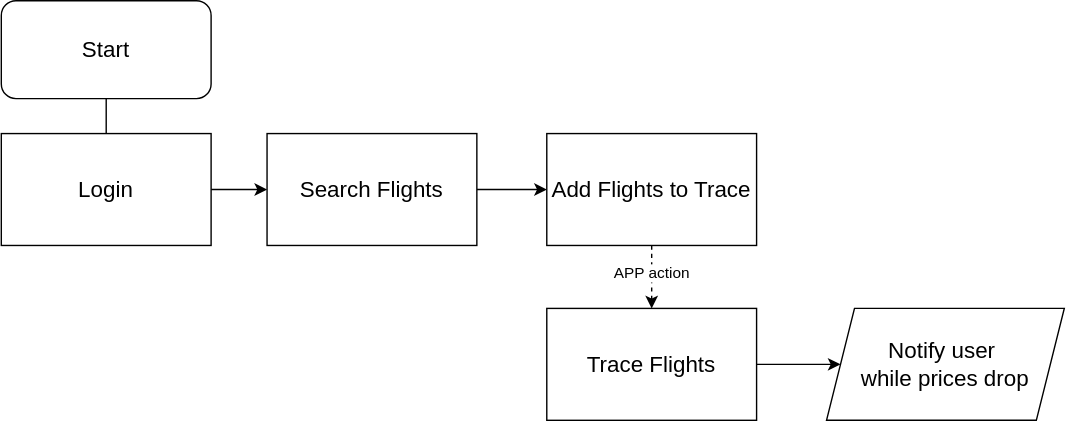
The draw.io diagram diagram/Basic user flow.svg in CY-Marowak/FlightTicketProject, before a commit. Source tidied: cells renumbered, new cells last; positions are measured from the earlier drawing's top-left corner, leaving out a move shared by most shapes.
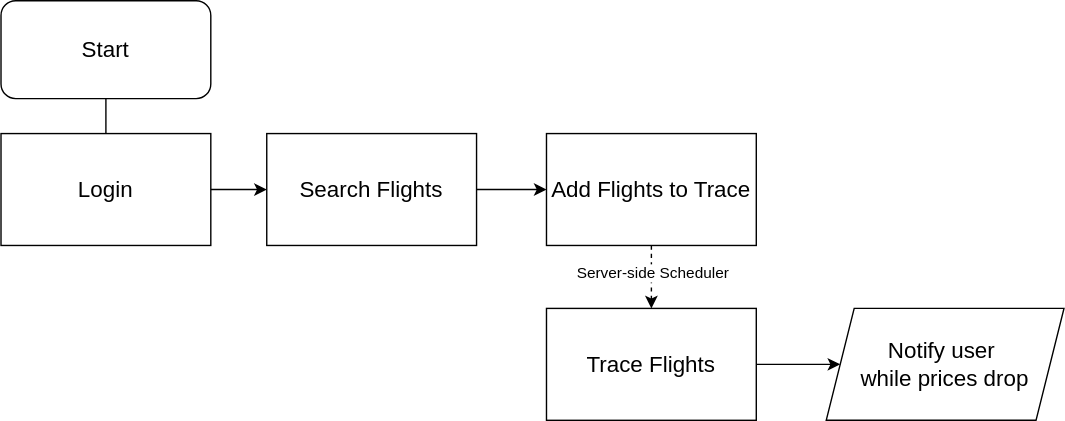
After the change.

Commit message:
update diagram BUF

Change to the diagram source:
```diff
@@ -23,7 +23,7 @@
     <mxCell id="8" style="edgeStyle=orthogonalEdgeStyle;rounded=0;jettySize=auto;html=1;exitX=0.5;exitY=1;exitDx=0;exitDy=0;entryX=0.5;entryY=0;entryDx=0;entryDy=0;dashed=1;" parent="1" edge="1" source="10" target="12">
       <mxGeometry relative="1" as="geometry" />
     </mxCell>
-    <mxCell id="9" value="APP action" style="edgeLabel;html=1;align=center;verticalAlign=middle;" parent="8" vertex="1">
+    <mxCell id="9" value="Server-side Scheduler" style="edgeLabel;html=1;align=center;verticalAlign=middle;" parent="8" vertex="1">
       <mxGeometry x="-0.15" relative="1" as="geometry" />
     </mxCell>
     <mxCell id="10" value="&lt;span style=&quot;font-size: 16px;&quot;&gt;&lt;font style=&quot;color: light-dark(rgb(0, 0, 0), rgb(255, 255, 255));&quot;&gt;Add Flights to Trace&lt;/font&gt;&lt;/span&gt;" style="rounded=0;whiteSpace=wrap;html=1;fillColor=light-dark(#FFFFFF,#000000);" parent="1" vertex="1">
```
